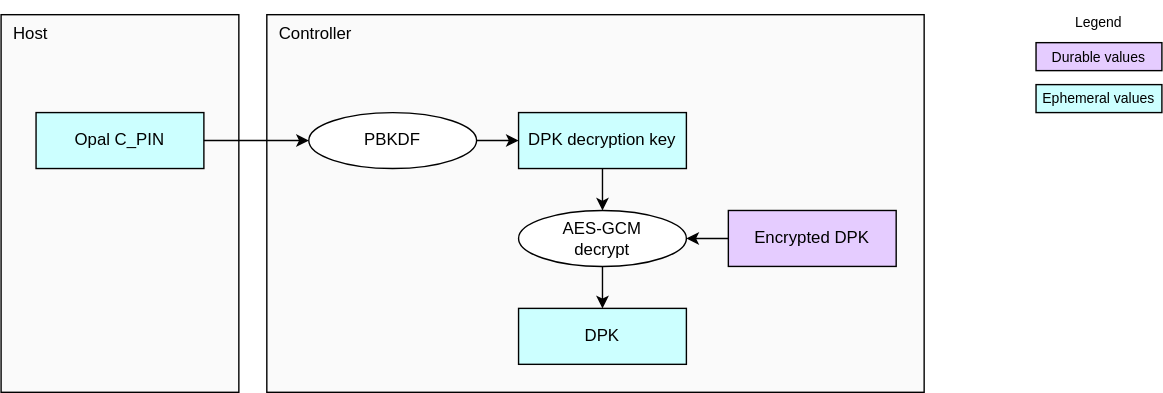
This is doc/ocp_lock/diagrams/dpk_decryption_example.drawio.svg from chipsalliance/Caliptra, a draw.io export, as it was before one commit. Source tidied: cells renumbered, new cells last; positions are measured from the earlier drawing's top-left corner, leaving out a move shared by most shapes.
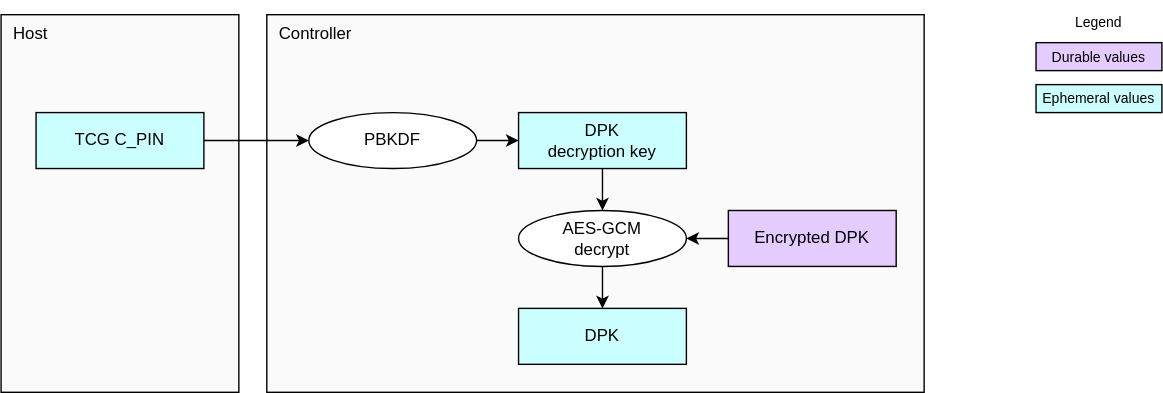
Later version of the same file.

Change to the diagram source:
```diff
@@ -11,10 +11,10 @@
     <mxCell id="4" value="&lt;div&gt;&lt;font color=&quot;#000000&quot;&gt;Encrypted DPK&lt;/font&gt;&lt;/div&gt;" style="rounded=0;whiteSpace=wrap;html=1;align=center;verticalAlign=middle;shadow=0;glass=0;spacingLeft=0;spacingBottom=0;spacingTop=0;fillColor=#E5CCFF;" parent="1" vertex="1">
       <mxGeometry x="520" y="150" width="120" height="40" as="geometry" />
     </mxCell>
-    <mxCell id="5" value="&lt;div&gt;&lt;font color=&quot;#000000&quot;&gt;DPK decryption key&lt;/font&gt;&lt;/div&gt;" style="rounded=0;whiteSpace=wrap;html=1;align=center;verticalAlign=middle;shadow=0;glass=0;spacingLeft=0;spacingBottom=0;spacingTop=0;fillColor=#CCFFFF;" parent="1" vertex="1">
+    <mxCell id="5" value="&lt;div&gt;&lt;font color=&quot;#000000&quot;&gt;DPK&lt;/font&gt;&lt;/div&gt;&lt;div&gt;&lt;font color=&quot;#000000&quot;&gt;decryption key&lt;/font&gt;&lt;/div&gt;" style="rounded=0;whiteSpace=wrap;html=1;align=center;verticalAlign=middle;shadow=0;glass=0;spacingLeft=0;spacingBottom=0;spacingTop=0;fillColor=#CCFFFF;" parent="1" vertex="1">
       <mxGeometry x="370" y="80" width="120" height="40" as="geometry" />
     </mxCell>
-    <mxCell id="6" value="&lt;div&gt;&lt;span style=&quot;background-color: transparent;&quot;&gt;Opal C_PIN&lt;/span&gt;&lt;/div&gt;" style="rounded=0;whiteSpace=wrap;html=1;align=center;verticalAlign=middle;shadow=0;glass=0;spacingLeft=0;spacingBottom=0;spacingTop=0;fillColor=#CCFFFF;" parent="1" vertex="1">
+    <mxCell id="6" value="&lt;div&gt;&lt;span style=&quot;background-color: transparent;&quot;&gt;TCG C_PIN&lt;/span&gt;&lt;/div&gt;" style="rounded=0;whiteSpace=wrap;html=1;align=center;verticalAlign=middle;shadow=0;glass=0;spacingLeft=0;spacingBottom=0;spacingTop=0;fillColor=#CCFFFF;" parent="1" vertex="1">
       <mxGeometry x="25" y="80" width="120" height="40" as="geometry" />
     </mxCell>
     <mxCell id="7" value="AES-GCM&lt;div&gt;decrypt&lt;/div&gt;" style="ellipse;whiteSpace=wrap;html=1;fillColor=#FFFFFF;" parent="1" vertex="1">
```
